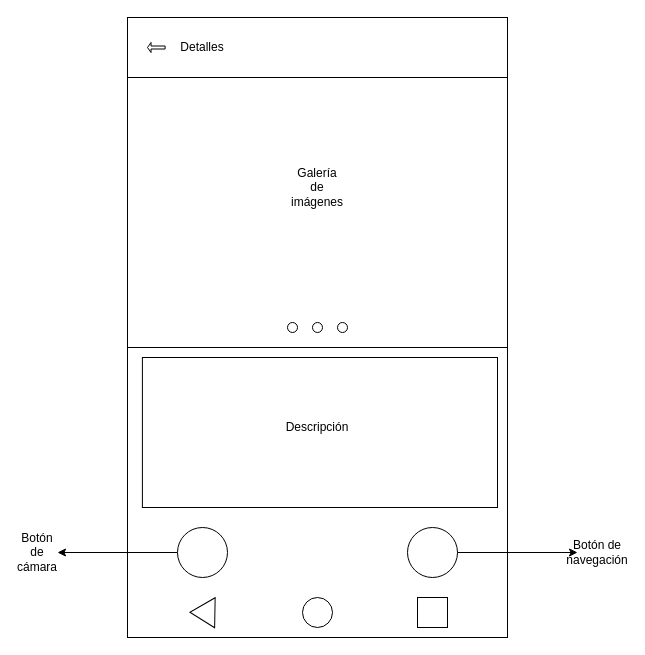
Before: vistaDetalles.drawio in Fer97p/ARGuide, a draw.io diagram. Source tidied: cells renumbered, new cells numbered last; positions are measured from the earlier drawing's top-left corner, leaving out a move shared by most shapes. Both pictures are drawn from the tidied source at 100%, with x=0, y=0 at pixel (17, 17).
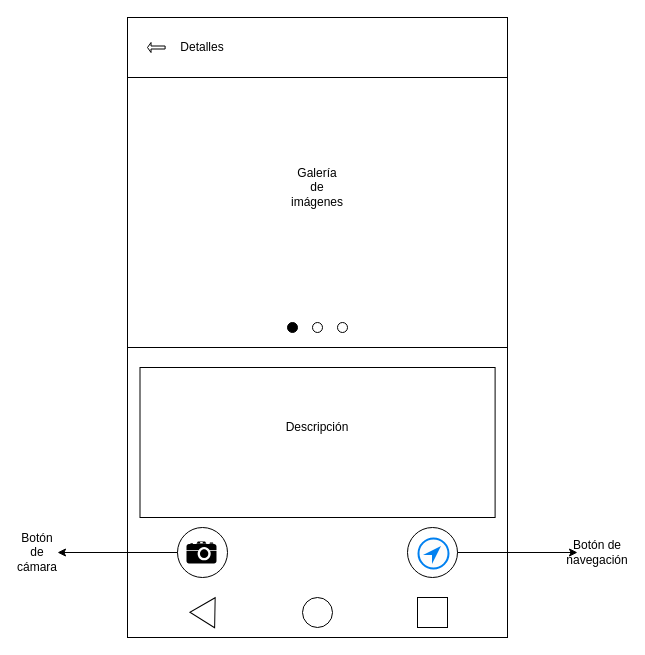
Above is the later version.

Change to the diagram source:
```diff
@@
     <mxCell id="10" style="rounded=0;whiteSpace=wrap;html=1;" parent="1" vertex="1">
-      <mxGeometry x="124.9" y="340" width="355.1" height="150" as="geometry" />
+      <mxGeometry x="122.5" y="350" width="355.1" height="150" as="geometry" />
     </mxCell>
@@
-    <mxCell id="15" style="ellipse;whiteSpace=wrap;html=1;" parent="1" vertex="1">
+    <mxCell id="15" style="ellipse;whiteSpace=wrap;html=1;fillColor=#000000;" parent="1" vertex="1">
       <mxGeometry x="270" y="305" width="10" height="10" as="geometry" />
     </mxCell>
@@
+    <mxCell id="22" style="html=1;verticalLabelPosition=bottom;align=center;labelBackgroundColor=#ffffff;verticalAlign=top;strokeWidth=2;strokeColor=#0080F0;shadow=0;dashed=0;shape=mxgraph.ios7.icons.location_2;fillColor=#FCFCFC;" parent="1" vertex="1">
+      <mxGeometry x="401" y="521" width="30" height="30" as="geometry" />
+    </mxCell>
+    <mxCell id="23" style="shape=mxgraph.signs.tech.camera_2;html=1;fillColor=#000000;strokeColor=none;verticalLabelPosition=bottom;verticalAlign=top;align=center;fontSize=1;" parent="1" vertex="1">
+      <mxGeometry x="169" y="524" width="30" height="22" as="geometry" />
+    </mxCell>
```
